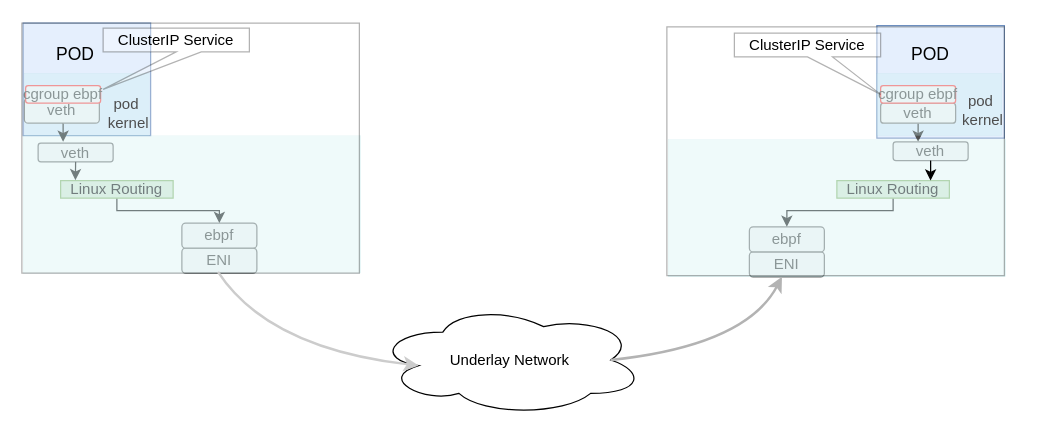
Earlier version of the draw.io diagram 2.drawio (orange30/Tank). Source tidied: cells renumbered, new cells numbered last; positions are measured from the earlier drawing's top-left corner, leaving out a move shared by most shapes. Both pictures are drawn from the tidied source at 125%, with x=0, y=0 at pixel (21, 22).
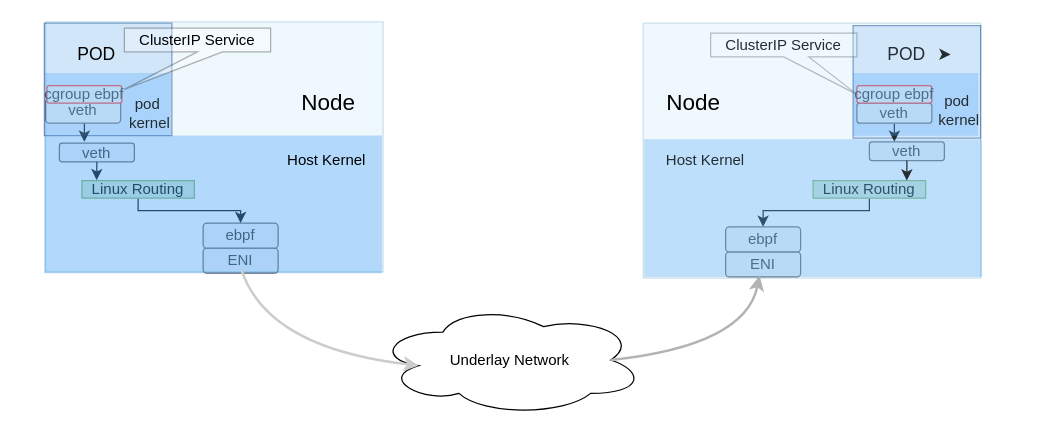
Above is the later version.

The change refers to these unchanged cells:
```xml
<mxCell id="17" value="Underlay Network" style="ellipse;shape=cloud;whiteSpace=wrap;html=1;fillColor=none;" parent="1" vertex="1">
  <mxGeometry x="283" y="225" width="215" height="89" as="geometry" />
</mxCell>
```

Diff of the diagram source:
```diff
@@
     <mxCell id="2" value="&lt;div&gt;&lt;br&gt;&lt;/div&gt;" style="rounded=0;whiteSpace=wrap;html=1;fillColor=#dae8fc;strokeColor=#6c8ebf;" parent="1" vertex="1">
-      <mxGeometry x="1" width="102" height="90" as="geometry" />
+      <mxGeometry x="18" width="102" height="90" as="geometry" />
     </mxCell>
     <mxCell id="3" style="edgeStyle=orthogonalEdgeStyle;rounded=0;jettySize=auto;html=1;exitX=0.5;exitY=1;exitDx=0;exitDy=0;entryX=0.5;entryY=0;entryDx=0;entryDy=0;" parent="1" edge="1" source="4">
       <mxGeometry relative="1" as="geometry">
-        <mxPoint x="33" y="95" as="targetPoint" />
+        <mxPoint x="50" y="95" as="targetPoint" />
       </mxGeometry>
     </mxCell>
     <mxCell id="4" value="veth" style="rounded=1;whiteSpace=wrap;html=1;fillColor=#f5f5f5;strokeColor=#666666;fontColor=#333333;" parent="1" vertex="1">
-      <mxGeometry x="2" y="60" width="60" height="20" as="geometry" />
+      <mxGeometry x="19" y="60" width="60" height="20" as="geometry" />
     </mxCell>
     <mxCell id="5" value="veth" style="rounded=1;whiteSpace=wrap;html=1;fillColor=#f5f5f5;strokeColor=#666666;fontColor=#333333;" parent="1" vertex="1">
-      <mxGeometry x="13" y="96" width="60" height="15" as="geometry" />
+      <mxGeometry x="30" y="96" width="60" height="15" as="geometry" />
     </mxCell>
     <mxCell id="6" value="ENI" style="rounded=1;whiteSpace=wrap;html=1;fillColor=#f5f5f5;strokeColor=#666666;fontColor=#333333;" parent="1" vertex="1">
-      <mxGeometry x="128" y="180" width="60" height="20" as="geometry" />
+      <mxGeometry x="145" y="180" width="60" height="20" as="geometry" />
     </mxCell>
     <mxCell id="7" value="ebpf" style="rounded=1;whiteSpace=wrap;html=1;fillColor=#f5f5f5;strokeColor=#666666;fontColor=#333333;" parent="1" vertex="1">
-      <mxGeometry x="128" y="160" width="60" height="20" as="geometry" />
+      <mxGeometry x="145" y="160" width="60" height="20" as="geometry" />
     </mxCell>
     <mxCell id="8" style="edgeStyle=orthogonalEdgeStyle;rounded=0;jettySize=auto;html=1;exitX=0.5;exitY=1;exitDx=0;exitDy=0;entryX=0.5;entryY=0;entryDx=0;entryDy=0;" parent="1" edge="1" source="9" target="7">
       <mxGeometry relative="1" as="geometry">
         <Array as="points">
-          <mxPoint x="76" y="150" />
-          <mxPoint x="158" y="150" />
+          <mxPoint x="93" y="150" />
+          <mxPoint x="175" y="150" />
         </Array>
       </mxGeometry>
     </mxCell>
     <mxCell id="9" value="Linux Routing" style="rounded=0;whiteSpace=wrap;html=1;fillColor=#d5e8d4;strokeColor=#82b366;" parent="1" vertex="1">
-      <mxGeometry x="31" y="126" width="90" height="14" as="geometry" />
+      <mxGeometry x="48" y="126" width="90" height="14" as="geometry" />
     </mxCell>
@@
-    <mxCell id="11" style="rounded=0;whiteSpace=wrap;html=1;opacity=30;strokeWidth=0;fillColor=#b0e3e6;perimeterSpacing=10;strokeColor=#0e8088;" parent="1" vertex="1">
-      <mxGeometry x="1" y="90" width="270" height="110" as="geometry" />
+    <mxCell id="11" style="rounded=0;whiteSpace=wrap;html=1;opacity=30;strokeWidth=0;fillColor=#007FFF;perimeterSpacing=10;strokeColor=#36393d;" parent="1" vertex="1">
+      <mxGeometry x="18" y="90" width="270" height="110" as="geometry" />
     </mxCell>
     <mxCell id="12" value="cgroup&amp;nbsp;&lt;span style=&quot;background-color: initial;&quot;&gt;ebpf&lt;/span&gt;" style="rounded=1;whiteSpace=wrap;html=1;fillColor=#f5f5f5;strokeColor=#FF3333;fontColor=#333333;" parent="1" vertex="1">
-      <mxGeometry x="3" y="50" width="60" height="14" as="geometry" />
+      <mxGeometry x="20" y="50" width="60" height="14" as="geometry" />
     </mxCell>
-    <mxCell id="13" style="rounded=0;whiteSpace=wrap;html=1;opacity=30;strokeWidth=0;fillColor=#b0e3e6;perimeterSpacing=10;strokeColor=#0e8088;" parent="1" vertex="1">
-      <mxGeometry x="2" y="40" width="100" height="50" as="geometry" />
+    <mxCell id="13" style="rounded=0;whiteSpace=wrap;html=1;opacity=30;strokeWidth=0;fillColor=#3399FF;perimeterSpacing=10;strokeColor=#36393d;" parent="1" vertex="1">
+      <mxGeometry x="19" y="40" width="100" height="50" as="geometry" />
     </mxCell>
     <mxCell id="14" value="pod&amp;nbsp;&lt;div&gt;kernel&lt;/div&gt;" style="rounded=0;whiteSpace=wrap;html=1;opacity=0;" parent="1" vertex="1">
-      <mxGeometry x="49" y="42" width="73" height="60" as="geometry" />
+      <mxGeometry x="66" y="42" width="73" height="60" as="geometry" />
     </mxCell>
-    <mxCell id="15" style="rounded=0;whiteSpace=wrap;html=1;opacity=30;" parent="1" vertex="1">
-      <mxGeometry width="270" height="200" as="geometry" />
+    <mxCell id="15" style="rounded=0;whiteSpace=wrap;html=1;opacity=20;fillColor=#b1ddf0;strokeColor=#10739e;" parent="1" vertex="1">
+      <mxGeometry x="19" y="-1" width="270" height="200" as="geometry" />
     </mxCell>
     <mxCell id="16" value="&lt;font style=&quot;font-size: 14px;&quot;&gt;POD&lt;/font&gt;" style="rounded=0;whiteSpace=wrap;html=1;opacity=0;" parent="1" vertex="1">
-      <mxGeometry x="13" y="10" width="60" height="30" as="geometry" />
+      <mxGeometry x="30" y="10" width="60" height="30" as="geometry" />
     </mxCell>
@@
     <mxCell id="18" value="&lt;div&gt;&lt;br&gt;&lt;/div&gt;" style="rounded=0;whiteSpace=wrap;html=1;fillColor=#dae8fc;strokeColor=#6c8ebf;" parent="1" vertex="1">
-      <mxGeometry x="684" y="2" width="102" height="90" as="geometry" />
+      <mxGeometry x="665" y="2" width="102" height="90" as="geometry" />
     </mxCell>
     <mxCell id="19" style="edgeStyle=orthogonalEdgeStyle;rounded=0;jettySize=auto;html=1;exitX=0.5;exitY=1;exitDx=0;exitDy=0;entryX=0.5;entryY=0;entryDx=0;entryDy=0;" parent="1" edge="1" source="20">
       <mxGeometry relative="1" as="geometry">
-        <mxPoint x="717" y="95" as="targetPoint" />
+        <mxPoint x="698" y="95" as="targetPoint" />
       </mxGeometry>
     </mxCell>
     <mxCell id="20" value="veth" style="rounded=1;whiteSpace=wrap;html=1;fillColor=#f5f5f5;strokeColor=#666666;fontColor=#333333;" parent="1" vertex="1">
-      <mxGeometry x="687" y="64" width="60" height="16" as="geometry" />
+      <mxGeometry x="668" y="64" width="60" height="16" as="geometry" />
     </mxCell>
     <mxCell id="21" value="veth" style="rounded=1;whiteSpace=wrap;html=1;fillColor=#f5f5f5;strokeColor=#666666;fontColor=#333333;" parent="1" vertex="1">
-      <mxGeometry x="697" y="95" width="60" height="15" as="geometry" />
+      <mxGeometry x="678" y="95" width="60" height="15" as="geometry" />
     </mxCell>
     <mxCell id="22" value="ENI" style="rounded=1;whiteSpace=wrap;html=1;fillColor=#f5f5f5;strokeColor=#666666;fontColor=#333333;" parent="1" vertex="1">
-      <mxGeometry x="582" y="183" width="60" height="20" as="geometry" />
+      <mxGeometry x="563" y="183" width="60" height="20" as="geometry" />
     </mxCell>
     <mxCell id="23" value="ebpf" style="rounded=1;whiteSpace=wrap;html=1;fillColor=#f5f5f5;strokeColor=#666666;fontColor=#333333;" parent="1" vertex="1">
-      <mxGeometry x="582" y="163" width="60" height="20" as="geometry" />
+      <mxGeometry x="563" y="163" width="60" height="20" as="geometry" />
     </mxCell>
     <mxCell id="24" style="edgeStyle=orthogonalEdgeStyle;rounded=0;jettySize=auto;html=1;exitX=0.5;exitY=1;exitDx=0;exitDy=0;entryX=0.5;entryY=0;entryDx=0;entryDy=0;" parent="1" edge="1" source="25" target="23">
       <mxGeometry relative="1" as="geometry">
         <Array as="points">
-          <mxPoint x="697" y="150" />
-          <mxPoint x="612" y="150" />
+          <mxPoint x="678" y="150" />
+          <mxPoint x="593" y="150" />
         </Array>
       </mxGeometry>
     </mxCell>
     <mxCell id="25" value="Linux Routing" style="rounded=0;whiteSpace=wrap;html=1;fillColor=#d5e8d4;strokeColor=#82b366;" parent="1" vertex="1">
-      <mxGeometry x="652" y="126" width="90" height="14" as="geometry" />
+      <mxGeometry x="633" y="126" width="90" height="14" as="geometry" />
     </mxCell>
-    <mxCell id="26" style="rounded=0;whiteSpace=wrap;html=1;opacity=30;strokeWidth=0;fillColor=#b0e3e6;perimeterSpacing=10;strokeColor=#0e8088;" parent="1" vertex="1">
-      <mxGeometry x="517" y="93" width="270" height="110" as="geometry" />
+    <mxCell id="26" style="rounded=0;whiteSpace=wrap;html=1;opacity=30;strokeWidth=0;fillColor=#3399FF;perimeterSpacing=10;strokeColor=#36393d;" parent="1" vertex="1">
+      <mxGeometry x="498" y="93" width="270" height="110" as="geometry" />
     </mxCell>
     <mxCell id="27" value="cgroup&amp;nbsp;&lt;span style=&quot;background-color: initial;&quot;&gt;ebpf&lt;/span&gt;" style="rounded=1;whiteSpace=wrap;html=1;fillColor=#f5f5f5;strokeColor=#FF3333;fontColor=#333333;" parent="1" vertex="1">
-      <mxGeometry x="687" y="50" width="60" height="14" as="geometry" />
+      <mxGeometry x="668" y="50" width="60" height="14" as="geometry" />
     </mxCell>
-    <mxCell id="28" style="rounded=0;whiteSpace=wrap;html=1;opacity=30;strokeWidth=0;fillColor=#b0e3e6;perimeterSpacing=10;strokeColor=#0e8088;" parent="1" vertex="1">
-      <mxGeometry x="684" y="40" width="100" height="50" as="geometry" />
+    <mxCell id="28" style="rounded=0;whiteSpace=wrap;html=1;opacity=30;strokeWidth=0;fillColor=#3399FF;perimeterSpacing=10;strokeColor=#36393d;" parent="1" vertex="1">
+      <mxGeometry x="665" y="40" width="100" height="50" as="geometry" />
     </mxCell>
     <mxCell id="29" value="pod&amp;nbsp;&lt;div&gt;kernel&lt;/div&gt;" style="rounded=0;whiteSpace=wrap;html=1;opacity=0;" parent="1" vertex="1">
-      <mxGeometry x="729" y="40" width="80" height="60" as="geometry" />
+      <mxGeometry x="710" y="40" width="80" height="60" as="geometry" />
     </mxCell>
-    <mxCell id="30" style="rounded=0;whiteSpace=wrap;html=1;opacity=30;" parent="1" vertex="1">
-      <mxGeometry x="516" y="3" width="270" height="199" as="geometry" />
-    </mxCell>
     <mxCell id="31" value="&lt;font style=&quot;font-size: 14px;&quot;&gt;POD&lt;/font&gt;" style="rounded=0;whiteSpace=wrap;html=1;opacity=0;" parent="1" vertex="1">
-      <mxGeometry x="697" y="10" width="60" height="30" as="geometry" />
+      <mxGeometry x="678" y="10" width="60" height="30" as="geometry" />
     </mxCell>
@@
-    <mxCell id="34" style="curved=1;endArrow=classic;html=1;rounded=0;entryX=0.341;entryY=1.005;entryDx=0;entryDy=0;entryPerimeter=0;exitX=0.875;exitY=0.5;exitDx=0;exitDy=0;exitPerimeter=0;strokeWidth=2;strokeColor=#B3B3B3;" parent="1" edge="1" source="17" target="30">
+    <mxCell id="34" style="curved=1;endArrow=classic;html=1;rounded=0;entryX=0.341;entryY=1.005;entryDx=0;entryDy=0;entryPerimeter=0;exitX=0.875;exitY=0.5;exitDx=0;exitDy=0;exitPerimeter=0;strokeWidth=2;strokeColor=#B3B3B3;" parent="1" edge="1" source="17">
       <mxGeometry relative="1" as="geometry">
+        <mxPoint x="590.1" y="202" as="targetPoint" />
         <Array as="points">
           <mxPoint x="579" y="258" />
         </Array>
       </mxGeometry>
     </mxCell>
     <mxCell id="35" value="ClusterIP Service" style="shape=callout;whiteSpace=wrap;html=1;perimeter=calloutPerimeter;opacity=30;position2=0;" parent="1" vertex="1">
-      <mxGeometry x="65" y="4" width="117" height="49" as="geometry" />
+      <mxGeometry x="82" y="4" width="117" height="49" as="geometry" />
     </mxCell>
     <mxCell id="36" value="ClusterIP Service" style="shape=callout;whiteSpace=wrap;html=1;perimeter=calloutPerimeter;opacity=30;position2=1;" parent="1" vertex="1">
-      <mxGeometry x="570" y="8" width="117" height="49" as="geometry" />
+      <mxGeometry x="551" y="8" width="117" height="49" as="geometry" />
     </mxCell>
+    <mxCell id="37" style="edgeStyle=orthogonalEdgeStyle;rounded=0;jettySize=auto;html=1;exitX=1;exitY=0.5;exitDx=0;exitDy=0;entryX=0.765;entryY=0.256;entryDx=0;entryDy=0;entryPerimeter=0;" parent="1" edge="1" source="31" target="18">
+      <mxGeometry relative="1" as="geometry" />
+    </mxCell>
+    <mxCell id="38" value="Host Kernel" style="rounded=1;whiteSpace=wrap;html=1;opacity=0;" parent="1" vertex="1">
+      <mxGeometry x="487" y="96" width="120" height="27" as="geometry" />
+    </mxCell>
+    <mxCell id="39" value="Host Kernel" style="rounded=1;whiteSpace=wrap;html=1;opacity=0;" parent="1" vertex="1">
+      <mxGeometry x="184" y="96" width="120" height="27" as="geometry" />
+    </mxCell>
+    <mxCell id="40" style="rounded=0;whiteSpace=wrap;html=1;opacity=20;fillColor=#b1ddf0;strokeColor=#10739e;" parent="1" vertex="1">
+      <mxGeometry x="497" width="270" height="204" as="geometry" />
+    </mxCell>
+    <mxCell id="41" value="&lt;font style=&quot;font-size: 18px;&quot;&gt;Node&lt;/font&gt;" style="rounded=1;whiteSpace=wrap;html=1;opacity=0;" parent="1" vertex="1">
+      <mxGeometry x="220" y="50" width="51" height="27" as="geometry" />
+    </mxCell>
+    <mxCell id="42" value="&lt;font style=&quot;font-size: 18px;&quot;&gt;Node&lt;/font&gt;" style="rounded=1;whiteSpace=wrap;html=1;opacity=0;" parent="1" vertex="1">
+      <mxGeometry x="512" y="50" width="51" height="27" as="geometry" />
+    </mxCell>
```
